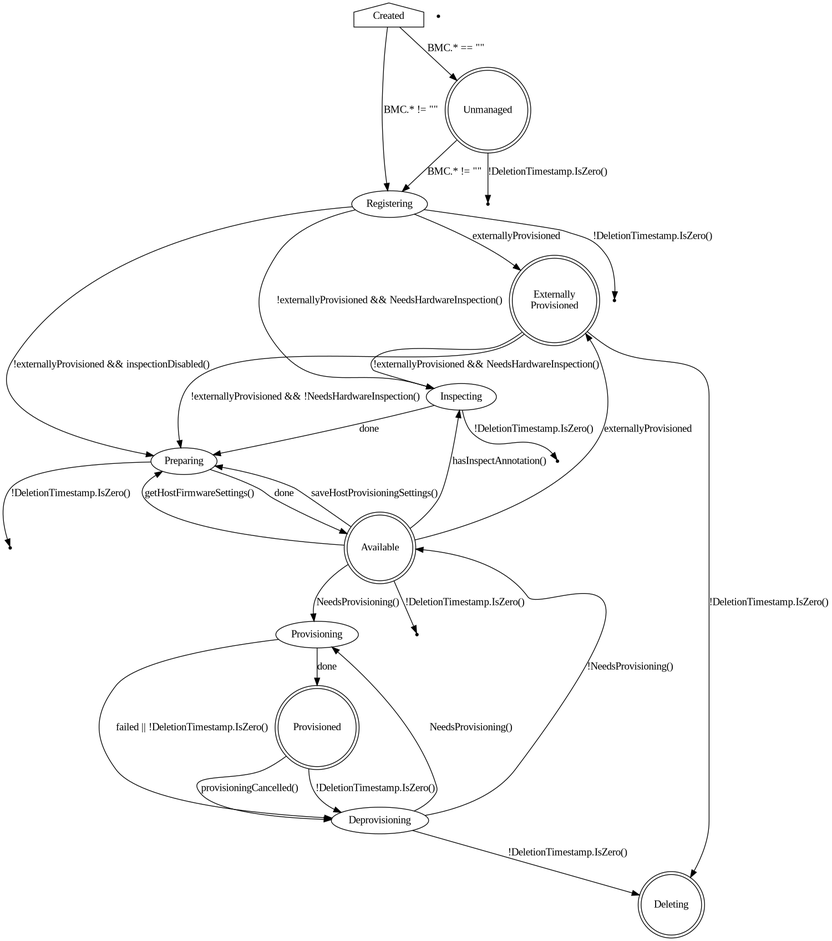
Before: docs/BaremetalHost_ProvisioningState.png, a diagram exported from Graphviz (metal3-io/baremetal-operator). Its source is kept beside it as docs/BaremetalHost_ProvisioningState.dot.
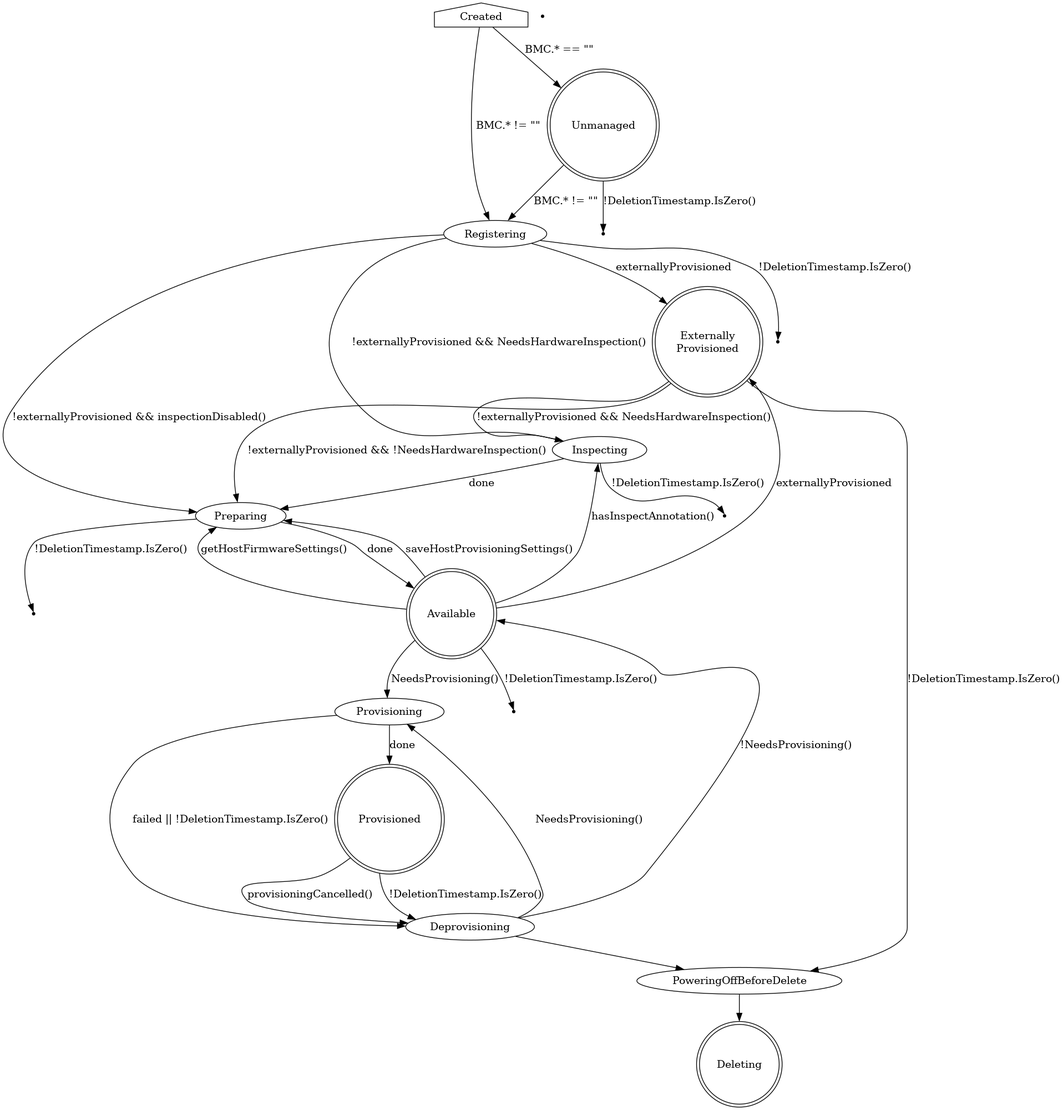
Later version of the same file.

Commit message:
Add PoweringOffBeforeDelete state to diagram

The edit, as a diff of the source:
```diff
@@ -51,11 +51,13 @@
     Provisioned -> Deprovisioning [label="!DeletionTimestamp.IsZero()"]
 
     ExternallyProvisioned [shape=doublecircle]
-    ExternallyProvisioned -> Deleting [label="!DeletionTimestamp.IsZero()"]
+    ExternallyProvisioned -> PoweringOffBeforeDelete [label="!DeletionTimestamp.IsZero()"]
 
     Deprovisioning -> Provisioning [label="NeedsProvisioning()"]
     Deprovisioning -> Available [label="!NeedsProvisioning()"]
-    Deprovisioning -> Deleting [label="!DeletionTimestamp.IsZero()"]
+
+    Deprovisioning -> PoweringOffBeforeDelete
+    PoweringOffBeforeDelete -> Deleting
 
     Deleting [shape=doublecircle]
 }
```
